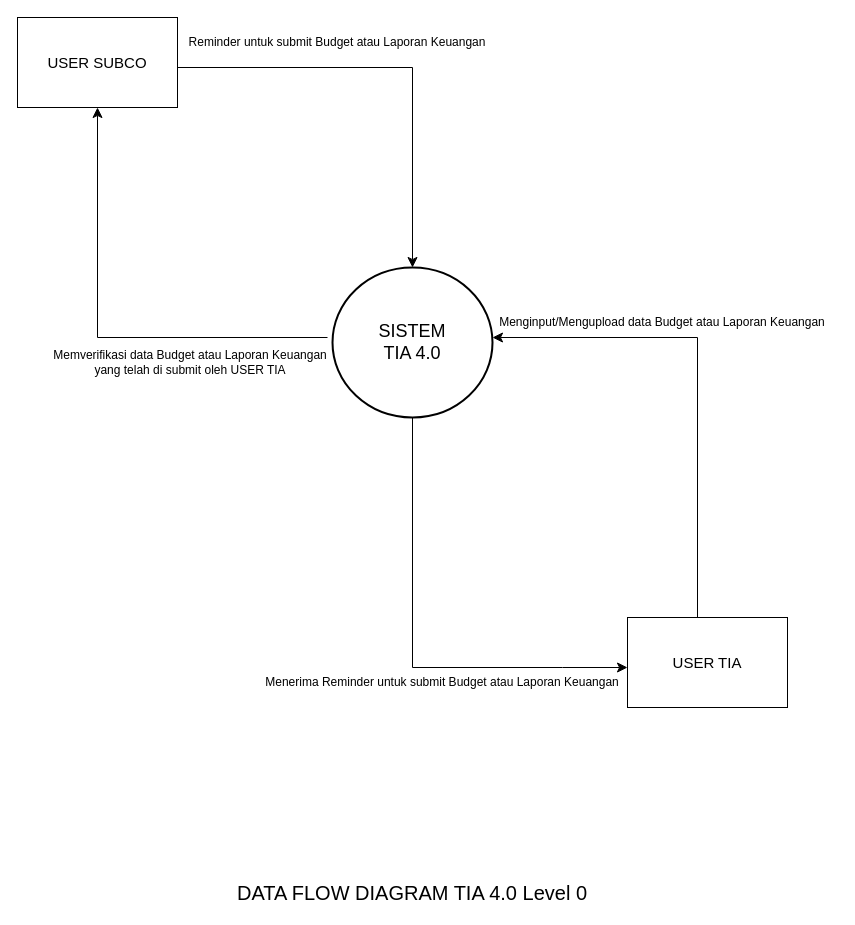
The draw.io diagram page "DataFlowDiagram(Lvl.0)" (2 of 2) of TIA.drawio in ardyardyaaan/spring-06-pos, before the edit. Source tidied: cells renumbered, new cells numbered last; positions are measured from the earlier drawing's top-left corner, leaving out a move shared by most shapes. Both pictures are drawn from the tidied source at 100%, with x=0, y=0 at pixel (17, 17).
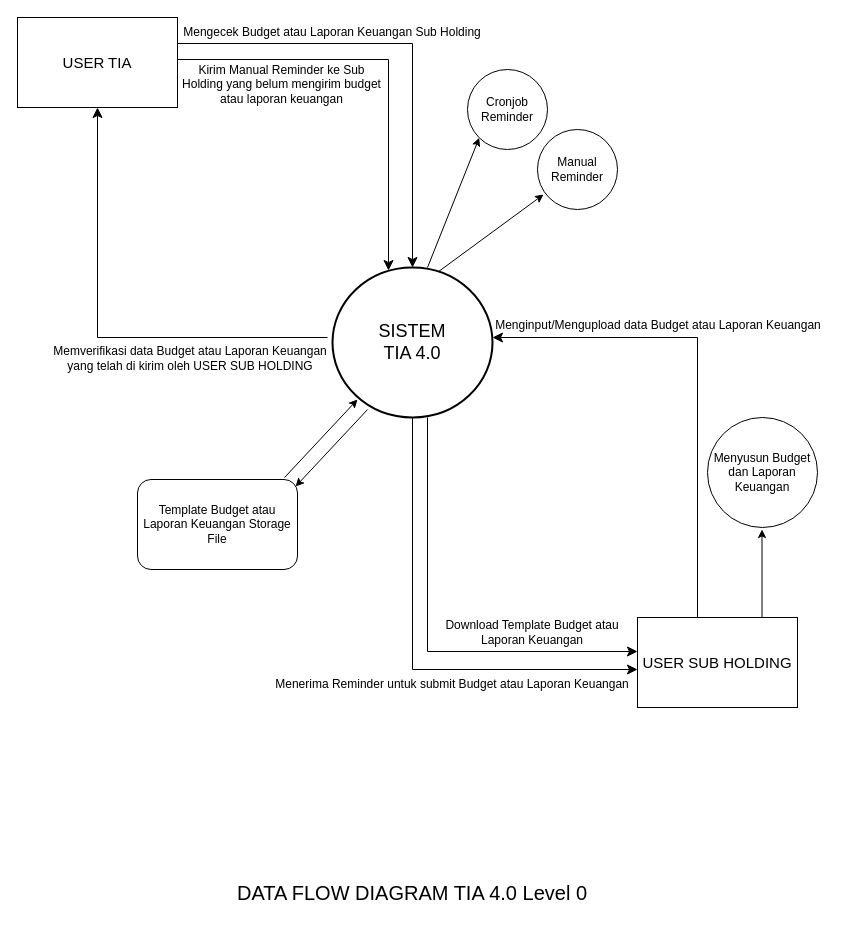
Above is the later version.

The change refers to these unchanged cells:
```xml
<mxCell id="2" value="&lt;font style=&quot;font-size: 18px;&quot;&gt;SISTEM&lt;br&gt;TIA 4.0&lt;/font&gt;" style="strokeWidth=2;html=1;shape=mxgraph.flowchart.start_2;whiteSpace=wrap;" parent="1" vertex="1">
  <mxGeometry x="315" y="250" width="160" height="150" as="geometry" />
</mxCell>
```

What changed in the source:
```diff
@@
-    <mxCell id="3" value="&lt;font style=&quot;font-size: 15px;&quot;&gt;USER SUBCO&lt;/font&gt;" style="rounded=0;whiteSpace=wrap;html=1;" parent="1" vertex="1">
+    <mxCell id="3" value="&lt;font style=&quot;font-size: 15px;&quot;&gt;USER TIA&lt;/font&gt;" style="rounded=0;whiteSpace=wrap;html=1;" parent="1" vertex="1">
       <mxGeometry width="160" height="90" as="geometry" />
     </mxCell>
-    <mxCell id="4" style="edgeStyle=segmentEdgeStyle;endArrow=classic;html=1;curved=0;rounded=0;endSize=8;startSize=8;" parent="1" edge="1" target="2">
+    <mxCell id="4" style="edgeStyle=segmentEdgeStyle;endArrow=classic;html=1;curved=0;rounded=0;endSize=8;startSize=8;entryX=0.5;entryY=0;entryDx=0;entryDy=0;entryPerimeter=0;" parent="1" edge="1" target="2">
       <mxGeometry relative="1" as="geometry">
-        <mxPoint x="160" y="50" as="sourcePoint" />
+        <mxPoint x="160" y="26" as="sourcePoint" />
       </mxGeometry>
     </mxCell>
-    <mxCell id="5" value="&lt;font style=&quot;font-size: 15px;&quot;&gt;USER TIA&lt;/font&gt;" style="rounded=0;whiteSpace=wrap;html=1;" parent="1" vertex="1">
-      <mxGeometry x="610" y="600" width="160" height="90" as="geometry" />
+    <mxCell id="5" value="&lt;font style=&quot;font-size: 15px;&quot;&gt;USER SUB HOLDING&lt;/font&gt;" style="rounded=0;whiteSpace=wrap;html=1;" parent="1" vertex="1">
+      <mxGeometry x="620" y="600" width="160" height="90" as="geometry" />
     </mxCell>
-    <mxCell id="6" value="Reminder untuk submit Budget atau Laporan Keuangan" style="text;html=1;strokeColor=none;fillColor=none;align=center;verticalAlign=middle;whiteSpace=wrap;rounded=0;" parent="1" vertex="1">
-      <mxGeometry x="170" y="10" width="300" height="30" as="geometry" />
+    <mxCell id="6" value="Mengecek Budget atau Laporan Keuangan Sub Holding" style="text;html=1;strokeColor=none;fillColor=none;align=center;verticalAlign=middle;whiteSpace=wrap;rounded=0;" parent="1" vertex="1">
+      <mxGeometry x="165" width="300" height="30" as="geometry" />
     </mxCell>
     <mxCell id="7" style="edgeStyle=segmentEdgeStyle;endArrow=classic;html=1;curved=0;rounded=0;endSize=8;startSize=8;" parent="1" edge="1">
       <mxGeometry relative="1" as="geometry">
         <mxPoint x="395" y="400" as="sourcePoint" />
-        <mxPoint x="610" y="650" as="targetPoint" />
+        <mxPoint x="620" y="652" as="targetPoint" />
         <Array as="points">
-          <mxPoint x="395" y="650" />
-          <mxPoint x="545" y="650" />
+          <mxPoint x="395" y="652" />
         </Array>
       </mxGeometry>
     </mxCell>
     <mxCell id="8" value="Menerima Reminder untuk submit Budget atau Laporan Keuangan" style="text;html=1;strokeColor=none;fillColor=none;align=center;verticalAlign=middle;whiteSpace=wrap;rounded=0;" parent="1" vertex="1">
-      <mxGeometry x="240" y="650" width="370" height="30" as="geometry" />
+      <mxGeometry x="250" y="652" width="370" height="30" as="geometry" />
     </mxCell>
@@
     <mxCell id="10" value="Menginput/Mengupload data Budget atau Laporan Keuangan" style="text;html=1;strokeColor=none;fillColor=none;align=center;verticalAlign=middle;whiteSpace=wrap;rounded=0;" parent="1" vertex="1">
-      <mxGeometry x="470" y="290" width="350" height="30" as="geometry" />
+      <mxGeometry x="466" y="293" width="350" height="30" as="geometry" />
     </mxCell>
@@
-    <mxCell id="12" value="Memverifikasi data Budget atau Laporan Keuangan yang telah di submit oleh USER TIA" style="text;html=1;strokeColor=none;fillColor=none;align=center;verticalAlign=middle;whiteSpace=wrap;rounded=0;" parent="1" vertex="1">
-      <mxGeometry x="33" y="330" width="280" height="30" as="geometry" />
+    <mxCell id="12" value="Memverifikasi data Budget atau Laporan Keuangan yang telah di kirim oleh USER SUB HOLDING" style="text;html=1;strokeColor=none;fillColor=none;align=center;verticalAlign=middle;whiteSpace=wrap;rounded=0;" parent="1" vertex="1">
+      <mxGeometry x="33" y="326" width="280" height="30" as="geometry" />
     </mxCell>
@@
+    <mxCell id="14" value="Cronjob Reminder" style="ellipse;whiteSpace=wrap;html=1;" parent="1" vertex="1">
+      <mxGeometry x="450" y="52" width="80" height="80" as="geometry" />
+    </mxCell>
+    <mxCell id="15" value="Manual Reminder" style="ellipse;whiteSpace=wrap;html=1;" parent="1" vertex="1">
+      <mxGeometry x="520" y="112" width="80" height="80" as="geometry" />
+    </mxCell>
+    <mxCell id="16" style="endArrow=classic;html=1;rounded=0;entryX=0;entryY=1;entryDx=0;entryDy=0;" parent="1" edge="1" target="14">
+      <mxGeometry relative="1" as="geometry">
+        <mxPoint x="410" y="250" as="sourcePoint" />
+      </mxGeometry>
+    </mxCell>
+    <mxCell id="17" style="endArrow=classic;html=1;rounded=0;entryX=0.075;entryY=0.813;entryDx=0;entryDy=0;entryPerimeter=0;exitX=0.663;exitY=0.027;exitDx=0;exitDy=0;exitPerimeter=0;" parent="1" edge="1" source="2" target="15">
+      <mxGeometry relative="1" as="geometry" />
+    </mxCell>
+    <mxCell id="18" style="edgeStyle=elbowEdgeStyle;elbow=vertical;endArrow=classic;html=1;curved=0;rounded=0;endSize=8;startSize=8;exitX=0.631;exitY=0.987;exitDx=0;exitDy=0;exitPerimeter=0;" parent="1" edge="1">
+      <mxGeometry relative="1" as="geometry">
+        <mxPoint x="410" y="400" as="sourcePoint" />
+        <mxPoint x="620" y="634" as="targetPoint" />
+        <Array as="points">
+          <mxPoint x="404" y="634" />
+        </Array>
+      </mxGeometry>
+    </mxCell>
+    <mxCell id="19" value="Download Template Budget atau Laporan Keuangan" style="text;html=1;strokeColor=none;fillColor=none;align=center;verticalAlign=middle;whiteSpace=wrap;rounded=0;" parent="1" vertex="1">
+      <mxGeometry x="420" y="600" width="190" height="30" as="geometry" />
+    </mxCell>
+    <mxCell id="20" value="Menyusun Budget dan Laporan Keuangan" style="ellipse;whiteSpace=wrap;html=1;" parent="1" vertex="1">
+      <mxGeometry x="690" y="400" width="110" height="110" as="geometry" />
+    </mxCell>
+    <mxCell id="21" style="endArrow=classic;html=1;rounded=0;" parent="1" edge="1">
+      <mxGeometry relative="1" as="geometry">
+        <mxPoint x="744.5" y="600" as="sourcePoint" />
+        <mxPoint x="744.5" y="512" as="targetPoint" />
+      </mxGeometry>
+    </mxCell>
+    <mxCell id="22" style="edgeStyle=segmentEdgeStyle;endArrow=classic;html=1;curved=0;rounded=0;endSize=8;startSize=8;entryX=0.35;entryY=0.02;entryDx=0;entryDy=0;entryPerimeter=0;" parent="1" edge="1" target="2">
+      <mxGeometry relative="1" as="geometry">
+        <mxPoint x="160" y="42" as="sourcePoint" />
+      </mxGeometry>
+    </mxCell>
+    <mxCell id="23" value="Kirim Manual Reminder ke Sub Holding yang belum mengirim budget atau laporan keuangan" style="text;html=1;strokeColor=none;fillColor=none;align=center;verticalAlign=middle;whiteSpace=wrap;rounded=0;" parent="1" vertex="1">
+      <mxGeometry x="163" y="52" width="203" height="30" as="geometry" />
+    </mxCell>
+    <mxCell id="24" value="Template Budget atau Laporan Keuangan Storage File" style="rounded=1;whiteSpace=wrap;html=1;" parent="1" vertex="1">
+      <mxGeometry x="120" y="462" width="160" height="90" as="geometry" />
+    </mxCell>
+    <mxCell id="25" style="endArrow=classic;html=1;rounded=0;exitX=0.919;exitY=-0.022;exitDx=0;exitDy=0;exitPerimeter=0;" parent="1" edge="1" source="24">
+      <mxGeometry relative="1" as="geometry">
+        <mxPoint x="340" y="382" as="targetPoint" />
+      </mxGeometry>
+    </mxCell>
+    <mxCell id="26" style="endArrow=classic;html=1;rounded=0;entryX=0.988;entryY=0.078;entryDx=0;entryDy=0;entryPerimeter=0;exitX=0.219;exitY=0.947;exitDx=0;exitDy=0;exitPerimeter=0;" parent="1" edge="1" source="2" target="24">
+      <mxGeometry relative="1" as="geometry" />
+    </mxCell>
```
